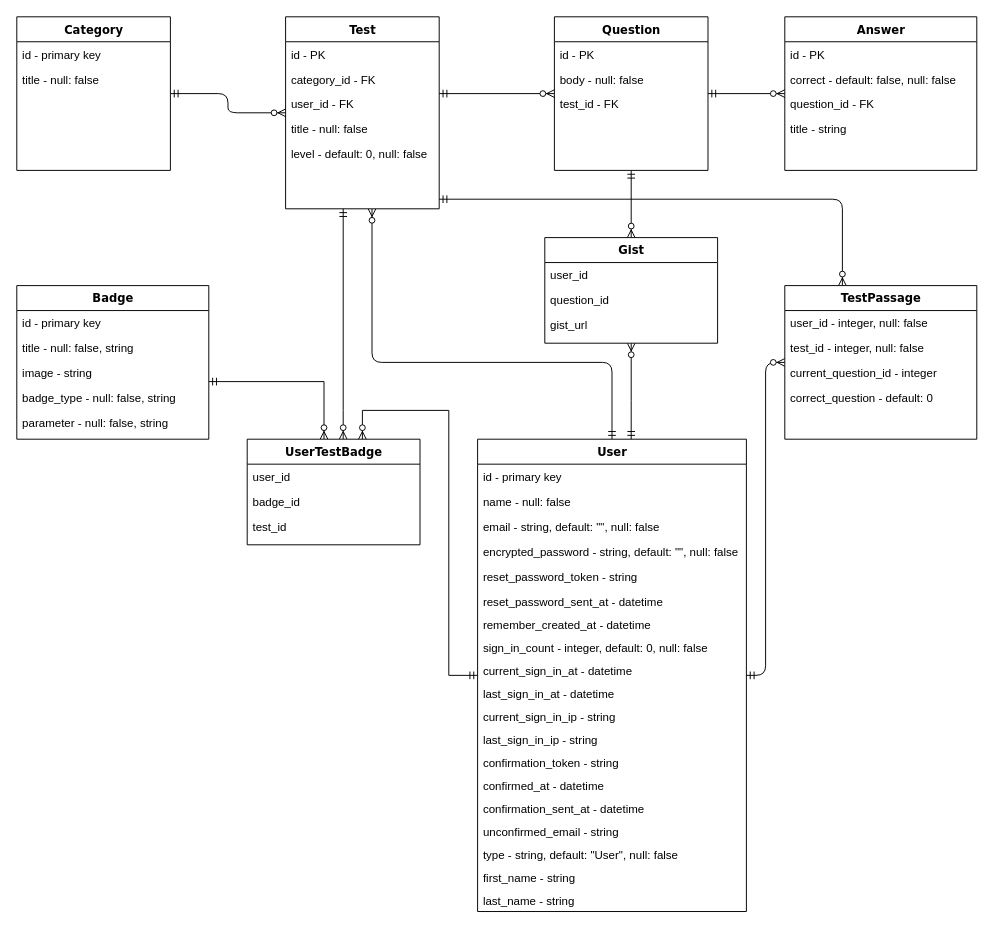
This is entity-relationship.drawio from popeskul/test-guru, a draw.io file, before an edit. Source tidied: cells renumbered, new cells numbered last; positions are measured from the earlier drawing's top-left corner, leaving out a move shared by most shapes. Both pictures are drawn from the tidied source at 96%, with x=0, y=0 at pixel (16, 16).
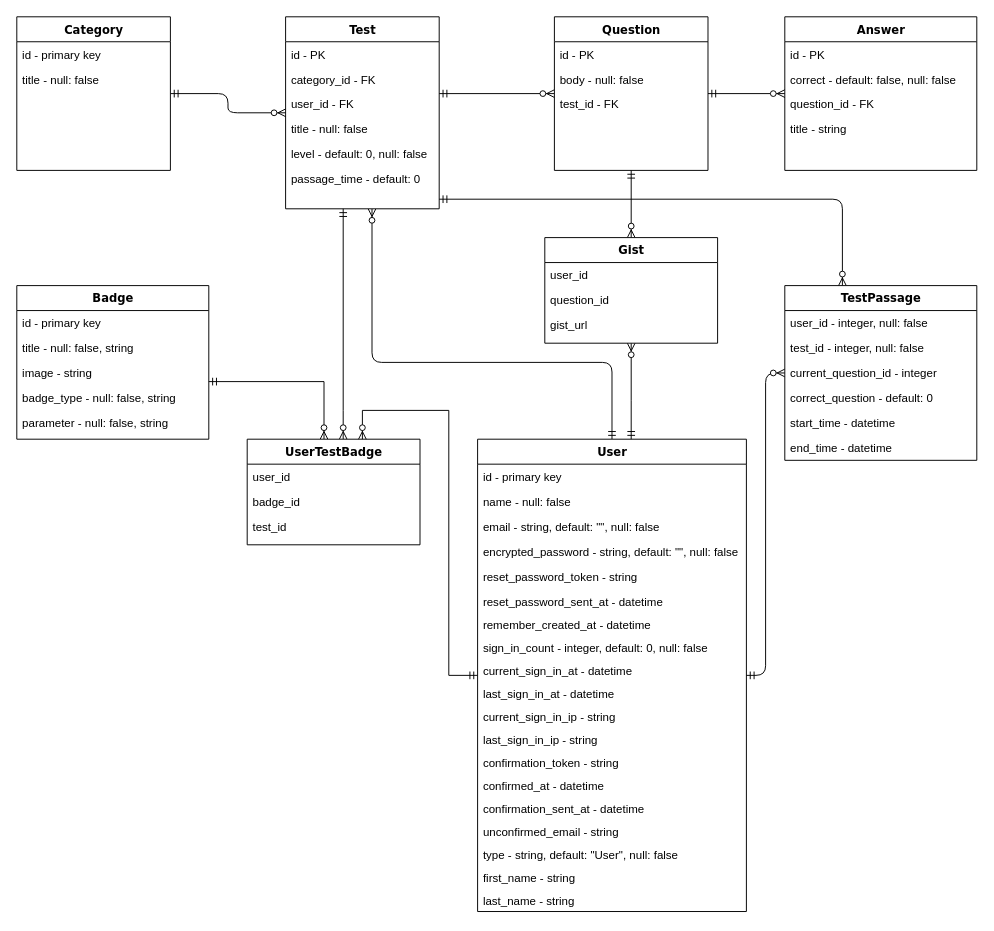
Above is the later version.

Commit message (it also covers changes not shown here):
lesson 18 timer: updated entity-relationship

The change refers to these unchanged cells:
```xml
<mxCell id="23" value="Test" style="swimlane;html=1;fontStyle=1;align=center;verticalAlign=top;horizontal=1;startSize=26;swimlaneFillColor=#ffffff;shadow=0;comic=0;labelBackgroundColor=none;strokeWidth=1;fontFamily=Verdana;fontSize=12;" parent="1" vertex="1">
  <mxGeometry x="280" width="160" height="200" as="geometry" />
</mxCell>
```

The edit, as a diff of the source:
```diff
@@
+    <mxCell id="70" value="passage_time - default: 0" style="text;strokeColor=none;fillColor=none;align=left;verticalAlign=top;spacingLeft=4;spacingRight=4;overflow=hidden;" parent="23" vertex="1">
+      <mxGeometry y="156" width="160" height="26" as="geometry" />
+    </mxCell>
@@
     <mxCell id="46" value="TestPassage" style="swimlane;html=1;fontStyle=1;align=center;verticalAlign=top;horizontal=1;startSize=26;swimlaneFillColor=#ffffff;shadow=0;comic=0;labelBackgroundColor=none;strokeWidth=1;fontFamily=Verdana;fontSize=12;" parent="1" vertex="1">
-      <mxGeometry x="800" y="280" width="200" height="160" as="geometry" />
+      <mxGeometry x="800" y="280" width="200" height="182" as="geometry" />
     </mxCell>
@@
+    <mxCell id="71" value="start_time - datetime" style="text;strokeColor=none;fillColor=none;align=left;verticalAlign=top;spacingLeft=4;spacingRight=4;overflow=hidden;" parent="46" vertex="1">
+      <mxGeometry y="130" width="200" height="26" as="geometry" />
+    </mxCell>
+    <mxCell id="72" value="end_time - datetime" style="text;strokeColor=none;fillColor=none;align=left;verticalAlign=top;spacingLeft=4;spacingRight=4;overflow=hidden;" parent="46" vertex="1">
+      <mxGeometry y="156" width="200" height="26" as="geometry" />
+    </mxCell>
```
